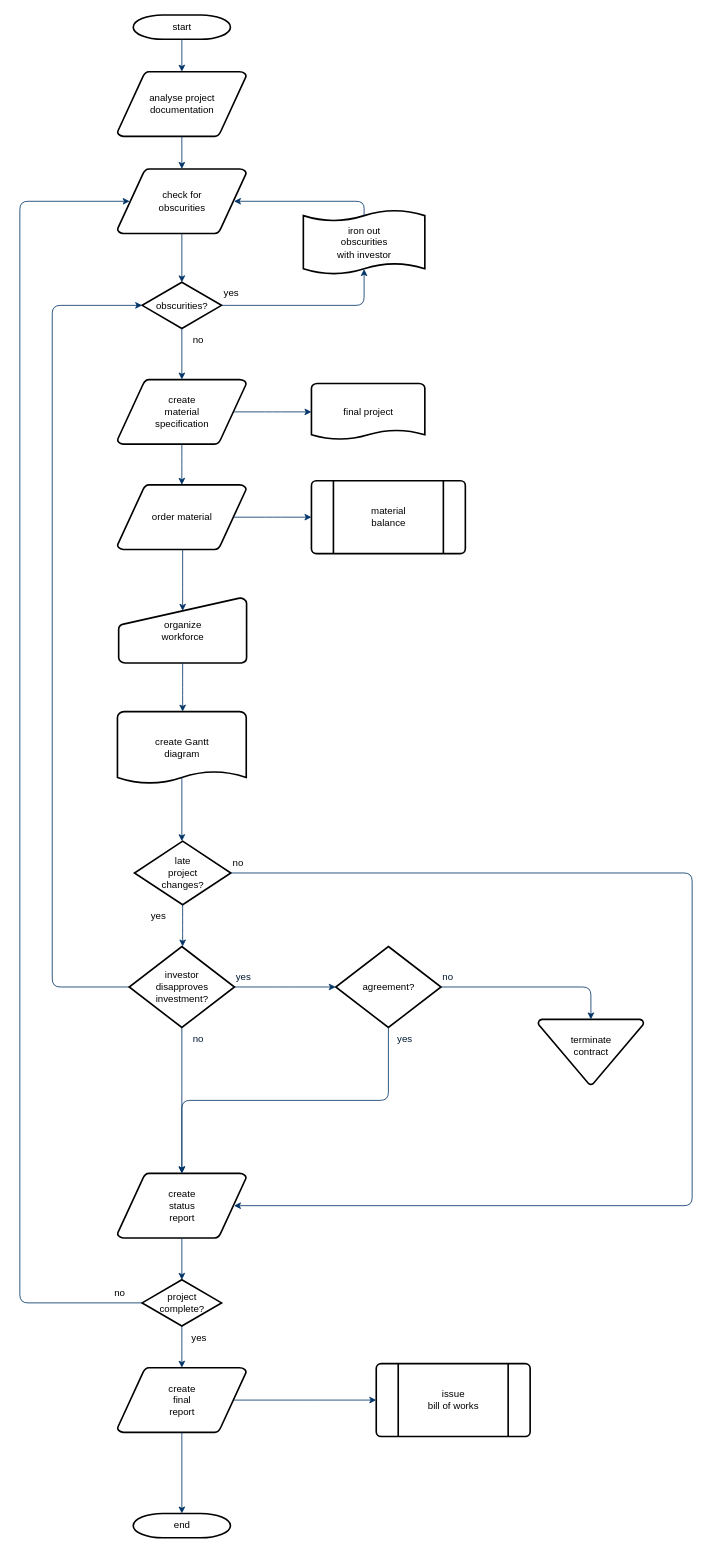
The draw.io diagram Untitled Diagram.drawio in spndlela/Test082017, before the edit. Source tidied: cells renumbered, new cells numbered last; positions are measured from the earlier drawing's top-left corner, leaving out a move shared by most shapes. Both pictures are drawn from the tidied source at 81%, with x=0, y=0 at pixel (19, 15).
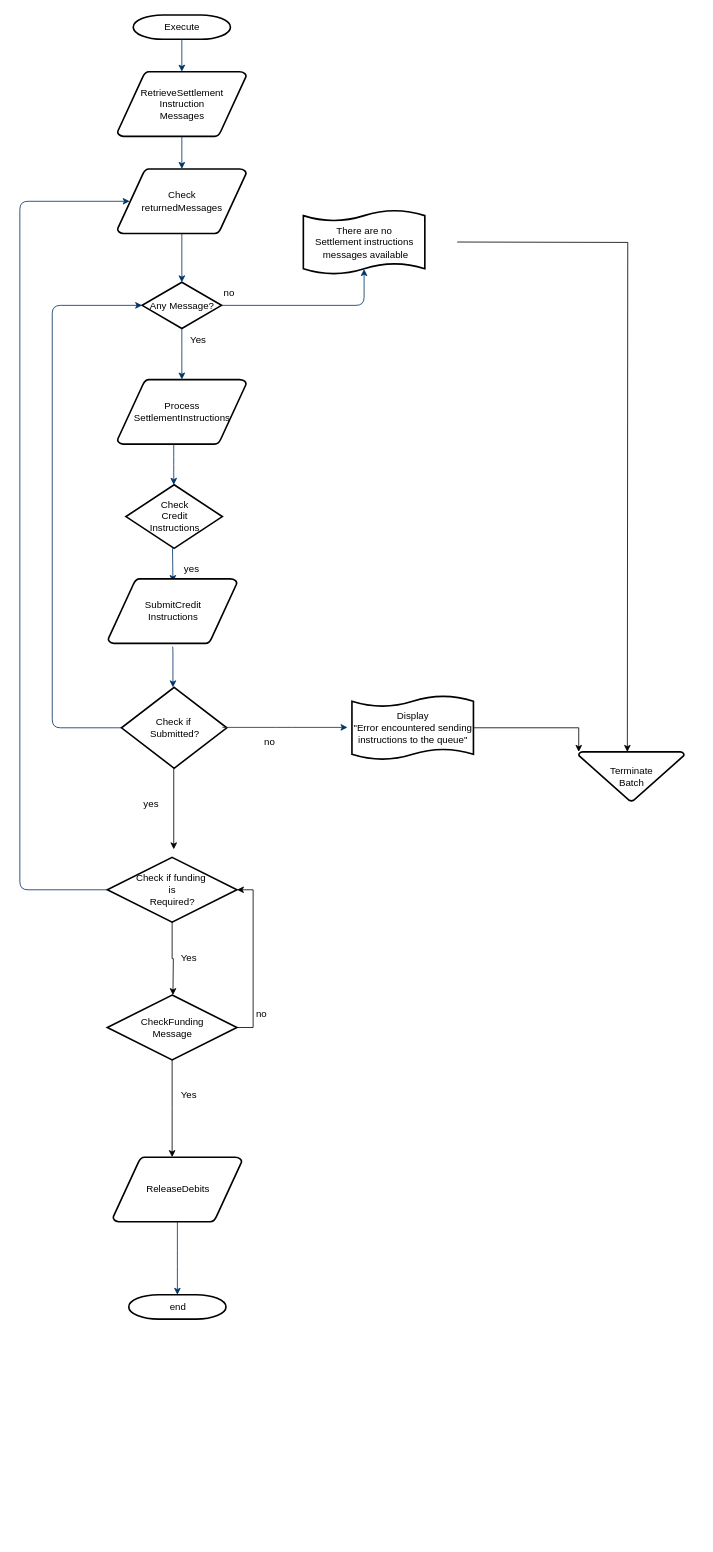
The same diagram, later.

What changed in the source:
```diff
@@
-    <mxCell id="2" value="start" style="shape=mxgraph.flowchart.terminator;strokeWidth=2;gradientColor=none;gradientDirection=north;fontStyle=0;html=1;" parent="1" vertex="1">
+    <mxCell id="2" value="Execute" style="shape=mxgraph.flowchart.terminator;strokeWidth=2;gradientColor=none;gradientDirection=north;fontStyle=0;html=1;" parent="1" vertex="1">
       <mxGeometry x="140" width="120" height="30" as="geometry" />
     </mxCell>
-    <mxCell id="3" value="analyse project&#10; documentation" style="shape=mxgraph.flowchart.data;strokeWidth=2;gradientColor=none;gradientDirection=north;fontStyle=0;html=1;" parent="1" vertex="1">
+    <mxCell id="3" value="RetrieveSettlement&lt;br&gt;Instruction&lt;br&gt;Messages" style="shape=mxgraph.flowchart.data;strokeWidth=2;gradientColor=none;gradientDirection=north;fontStyle=0;html=1;" parent="1" vertex="1">
       <mxGeometry x="120.5" y="70" width="159" height="80" as="geometry" />
     </mxCell>
-    <mxCell id="4" value="create&#10;material&#10;specification" style="shape=mxgraph.flowchart.data;strokeWidth=2;gradientColor=none;gradientDirection=north;fontStyle=0;html=1;" parent="1" vertex="1">
+    <mxCell id="4" value="Process&lt;br&gt;SettlementInstructions" style="shape=mxgraph.flowchart.data;strokeWidth=2;gradientColor=none;gradientDirection=north;fontStyle=0;html=1;" parent="1" vertex="1">
       <mxGeometry x="120.5" y="450" width="159" height="80" as="geometry" />
     </mxCell>
-    <mxCell id="5" value="check for&#10;obscurities" style="shape=mxgraph.flowchart.data;strokeWidth=2;gradientColor=none;gradientDirection=north;fontStyle=0;html=1;" parent="1" vertex="1">
+    <mxCell id="5" value="Check&lt;br&gt;returnedMessages" style="shape=mxgraph.flowchart.data;strokeWidth=2;gradientColor=none;gradientDirection=north;fontStyle=0;html=1;" parent="1" vertex="1">
       <mxGeometry x="120.5" y="190" width="159" height="80" as="geometry" />
     </mxCell>
-    <mxCell id="6" value="obscurities?" style="shape=mxgraph.flowchart.decision;strokeWidth=2;gradientColor=none;gradientDirection=north;fontStyle=0;html=1;" parent="1" vertex="1">
+    <mxCell id="6" value="Any Message?" style="shape=mxgraph.flowchart.decision;strokeWidth=2;gradientColor=none;gradientDirection=north;fontStyle=0;html=1;" parent="1" vertex="1">
       <mxGeometry x="151" y="330" width="98" height="57" as="geometry" />
     </mxCell>
@@
-    <mxCell id="11" value="yes" style="text;fontStyle=0;html=1;strokeColor=none;gradientColor=none;fillColor=none;strokeWidth=2;" parent="1" vertex="1">
+    <mxCell id="11" value="no" style="text;fontStyle=0;html=1;strokeColor=none;gradientColor=none;fillColor=none;strokeWidth=2;" parent="1" vertex="1">
       <mxGeometry x="250" y="330" width="40" height="26" as="geometry" />
     </mxCell>
@@
-    <mxCell id="13" value="order material" style="shape=mxgraph.flowchart.data;strokeWidth=2;gradientColor=none;gradientDirection=north;fontStyle=0;html=1;" parent="1" vertex="1">
-      <mxGeometry x="120.5" y="580" width="159" height="80" as="geometry" />
-    </mxCell>
-    <mxCell id="14" value="no" style="text;fontStyle=0;html=1;strokeColor=none;gradientColor=none;fillColor=none;strokeWidth=2;align=center;" parent="1" vertex="1">
+    <mxCell id="14" value="Yes" style="text;fontStyle=0;html=1;strokeColor=none;gradientColor=none;fillColor=none;strokeWidth=2;align=center;" parent="1" vertex="1">
       <mxGeometry x="200" y="387" width="40" height="26" as="geometry" />
     </mxCell>
-    <mxCell id="15" value="final project" style="shape=mxgraph.flowchart.document;strokeWidth=2;gradientColor=none;gradientDirection=north;fontStyle=0;html=1;" parent="1" vertex="1">
-      <mxGeometry x="360" y="455" width="140" height="70" as="geometry" />
-    </mxCell>
-    <mxCell id="16" style="edgeStyle=elbowEdgeStyle;elbow=horizontal;exitX=0.905;exitY=0.5;exitPerimeter=0;fontStyle=1;strokeColor=#003366;strokeWidth=1;html=1;" parent="1" edge="1" source="4" target="15">
-      <mxGeometry as="geometry" />
-    </mxCell>
-    <mxCell id="17" style="edgeStyle=elbowEdgeStyle;elbow=horizontal;fontStyle=1;strokeColor=#003366;strokeWidth=1;html=1;" parent="1" edge="1" source="4" target="13">
-      <mxGeometry as="geometry" />
-    </mxCell>
-    <mxCell id="18" value="material&#10;balance" style="shape=mxgraph.flowchart.predefined_process;strokeWidth=2;gradientColor=none;gradientDirection=north;fontStyle=0;html=1;" parent="1" vertex="1">
-      <mxGeometry x="360" y="575" width="190" height="90" as="geometry" />
-    </mxCell>
-    <mxCell id="19" style="edgeStyle=elbowEdgeStyle;elbow=horizontal;exitX=0.905;exitY=0.5;exitPerimeter=0;fontStyle=1;strokeColor=#003366;strokeWidth=1;html=1;" parent="1" edge="1" source="13" target="18">
-      <mxGeometry as="geometry" />
-    </mxCell>
-    <mxCell id="20" value="organize &#10;workforce" style="shape=mxgraph.flowchart.manual_input;strokeWidth=2;gradientColor=none;gradientDirection=north;fontStyle=0;html=1;" parent="1" vertex="1">
-      <mxGeometry x="122" y="720" width="158" height="80" as="geometry" />
-    </mxCell>
-    <mxCell id="21" style="edgeStyle=elbowEdgeStyle;elbow=horizontal;entryX=0.5;entryY=0.195;entryPerimeter=0;fontStyle=1;strokeColor=#003366;strokeWidth=1;html=1;" parent="1" edge="1" source="13" target="20">
-      <mxGeometry as="geometry" />
-    </mxCell>
-    <mxCell id="22" value="create Gantt&#10;diagram" style="shape=mxgraph.flowchart.document;strokeWidth=2;gradientColor=none;gradientDirection=north;fontStyle=0;html=1;" parent="1" vertex="1">
-      <mxGeometry x="120.5" y="860" width="159" height="90" as="geometry" />
-    </mxCell>
-    <mxCell id="23" style="edgeStyle=elbowEdgeStyle;elbow=horizontal;exitX=0.5;exitY=1;exitPerimeter=0;fontStyle=1;strokeColor=#003366;strokeWidth=1;html=1;" parent="1" edge="1" source="20" target="22">
-      <mxGeometry as="geometry" />
-    </mxCell>
-    <mxCell id="24" value="late&#10;project&#10;changes?" style="shape=mxgraph.flowchart.decision;strokeWidth=2;gradientColor=none;gradientDirection=north;fontStyle=0;html=1;" parent="1" vertex="1">
-      <mxGeometry x="141.5" y="1020" width="119" height="78.5" as="geometry" />
+    <mxCell id="24" value="Check&lt;br&gt;Credit&lt;br&gt;Instructions" style="shape=mxgraph.flowchart.decision;strokeWidth=2;gradientColor=none;gradientDirection=north;fontStyle=0;html=1;" parent="1" vertex="1">
+      <mxGeometry x="131" y="580" width="119" height="78.5" as="geometry" />
     </mxCell>
-    <mxCell id="25" style="edgeStyle=elbowEdgeStyle;elbow=horizontal;exitX=0.5;exitY=0.9;exitPerimeter=0;fontStyle=1;strokeColor=#003366;strokeWidth=1;html=1;" parent="1" edge="1" source="22" target="24">
-      <mxGeometry as="geometry" />
+    <mxCell id="25" style="edgeStyle=elbowEdgeStyle;elbow=horizontal;exitX=0.5;exitY=0.9;exitPerimeter=0;fontStyle=1;strokeColor=#003366;strokeWidth=1;html=1;" parent="1" edge="1">
+      <mxGeometry as="geometry">
+        <mxPoint x="190" y="530" as="sourcePoint" />
+        <mxPoint x="190" y="580" as="targetPoint" />
+      </mxGeometry>
     </mxCell>
@@
     <mxCell id="27" value="yes" style="text;fontStyle=0;html=1;strokeColor=none;gradientColor=none;fillColor=none;strokeWidth=2;" parent="1" vertex="1">
-      <mxGeometry x="160" y="1098.5" width="40" height="26" as="geometry" />
+      <mxGeometry x="151" y="960" width="40" height="26" as="geometry" />
     </mxCell>
-    <mxCell id="28" value="investor&#10;disapproves&#10; investment?" style="shape=mxgraph.flowchart.decision;strokeWidth=2;gradientColor=none;gradientDirection=north;fontStyle=0;html=1;" parent="1" vertex="1">
-      <mxGeometry x="135" y="1150" width="130" height="100" as="geometry" />
+    <mxCell id="28" value="Check if&amp;nbsp;&lt;br&gt;Submitted?" style="shape=mxgraph.flowchart.decision;strokeWidth=2;gradientColor=none;gradientDirection=north;fontStyle=0;html=1;" parent="1" vertex="1">
+      <mxGeometry x="125.5" y="830" width="130" height="100" as="geometry" />
     </mxCell>
-    <mxCell id="29" value="agreement?" style="shape=mxgraph.flowchart.decision;strokeWidth=2;gradientColor=none;gradientDirection=north;fontStyle=0;html=1;" parent="1" vertex="1">
-      <mxGeometry x="390" y="1150" width="130" height="100" as="geometry" />
-    </mxCell>
-    <mxCell id="30" style="edgeStyle=elbowEdgeStyle;elbow=horizontal;exitX=0.5;exitY=1;exitPerimeter=0;fontStyle=1;strokeColor=#003366;strokeWidth=1;html=1;" parent="1" edge="1" source="24" target="28">
-      <mxGeometry as="geometry" />
+    <mxCell id="30" style="edgeStyle=elbowEdgeStyle;elbow=horizontal;exitX=0.5;exitY=1;exitPerimeter=0;fontStyle=1;strokeColor=#003366;strokeWidth=1;html=1;" parent="1" edge="1">
+      <mxGeometry as="geometry">
+        <mxPoint x="188.5" y="658.5" as="sourcePoint" />
+        <mxPoint x="189" y="700" as="targetPoint" />
+      </mxGeometry>
     </mxCell>
-    <mxCell id="31" style="edgeStyle=elbowEdgeStyle;elbow=horizontal;exitX=1;exitY=0.5;exitPerimeter=0;entryX=0;entryY=0.5;entryPerimeter=0;fontStyle=1;strokeColor=#003366;strokeWidth=1;html=1;" parent="1" edge="1" source="28" target="29">
-      <mxGeometry as="geometry" />
+    <mxCell id="31" style="edgeStyle=elbowEdgeStyle;elbow=horizontal;fontStyle=1;strokeColor=#003366;strokeWidth=1;html=1;" parent="1" edge="1">
+      <mxGeometry as="geometry">
+        <mxPoint x="250" y="879.5" as="sourcePoint" />
+        <mxPoint x="404.5" y="879.5" as="targetPoint" />
+      </mxGeometry>
     </mxCell>
-    <mxCell id="32" value="terminate&#10;contract&#10;" style="shape=mxgraph.flowchart.merge_or_storage;strokeWidth=2;gradientColor=none;gradientDirection=north;fontStyle=0;html=1;" parent="1" vertex="1">
-      <mxGeometry x="640" y="1240" width="130" height="80.5" as="geometry" />
+    <mxCell id="32" value="Terminate&lt;br&gt;Batch" style="shape=mxgraph.flowchart.merge_or_storage;strokeWidth=2;gradientColor=none;gradientDirection=north;fontStyle=0;html=1;" parent="1" vertex="1">
+      <mxGeometry x="690" y="909.8" width="130" height="60.5" as="geometry" />
     </mxCell>
-    <mxCell id="33" style="edgeStyle=elbowEdgeStyle;elbow=vertical;exitX=1;exitY=0.5;exitPerimeter=0;entryX=0.5;entryY=0;entryPerimeter=0;fontStyle=1;strokeColor=#003366;strokeWidth=1;html=1;" parent="1" edge="1" source="29" target="32">
-      <mxGeometry as="geometry">
-        <Array as="points">
-          <mxPoint x="620" y="1200" />
-        </Array>
-      </mxGeometry>
-    </mxCell>
-    <mxCell id="34" value="create&#10;status&#10;report" style="shape=mxgraph.flowchart.data;strokeWidth=2;gradientColor=none;gradientDirection=north;fontStyle=0;html=1;" parent="1" vertex="1">
-      <mxGeometry x="120.5" y="1430" width="159" height="80" as="geometry" />
-    </mxCell>
-    <mxCell id="35" style="edgeStyle=elbowEdgeStyle;elbow=vertical;exitX=0.5;exitY=1;exitPerimeter=0;fontColor=#001933;fontStyle=1;strokeColor=#003366;strokeWidth=1;html=1;" parent="1" edge="1" source="28" target="34">
-      <mxGeometry as="geometry" />
-    </mxCell>
-    <mxCell id="36" style="edgeStyle=elbowEdgeStyle;elbow=vertical;exitX=0.5;exitY=1;exitPerimeter=0;entryX=0.5;entryY=0;entryPerimeter=0;fontStyle=1;strokeColor=#003366;strokeWidth=1;html=1;" parent="1" edge="1" source="29" target="34">
-      <mxGeometry as="geometry" />
-    </mxCell>
+    <mxCell id="56" style="edgeStyle=orthogonalEdgeStyle;rounded=0;jettySize=auto;html=1;exitX=0.5;exitY=1;exitDx=0;exitDy=0;exitPerimeter=0;" parent="1" edge="1" source="37">
+      <mxGeometry relative="1" as="geometry">
+        <mxPoint x="189" y="1210" as="targetPoint" />
+      </mxGeometry>
+    </mxCell>
-    <mxCell id="37" value="project&#10;complete?" style="shape=mxgraph.flowchart.decision;strokeWidth=2;gradientColor=none;gradientDirection=north;fontStyle=0;html=1;" parent="1" vertex="1">
-      <mxGeometry x="151" y="1561.5" width="98" height="57" as="geometry" />
+    <mxCell id="37" value="Check if funding&amp;nbsp;&lt;br&gt;is&lt;br&gt;Required?" style="shape=mxgraph.flowchart.decision;strokeWidth=2;gradientColor=none;gradientDirection=north;fontStyle=0;html=1;" parent="1" vertex="1">
+      <mxGeometry x="108" y="1040" width="160" height="80" as="geometry" />
     </mxCell>
-    <mxCell id="38" value="create&#10;final&#10;report" style="shape=mxgraph.flowchart.data;strokeWidth=2;gradientColor=none;gradientDirection=north;fontStyle=0;html=1;" parent="1" vertex="1">
-      <mxGeometry x="120.5" y="1670" width="159" height="80" as="geometry" />
+    <mxCell id="38" value="ReleaseDebits" style="shape=mxgraph.flowchart.data;strokeWidth=2;gradientColor=none;gradientDirection=north;fontStyle=0;html=1;" parent="1" vertex="1">
+      <mxGeometry x="115" y="1410" width="159" height="80" as="geometry" />
     </mxCell>
-    <mxCell id="39" value="issue&#10;bill of works" style="shape=mxgraph.flowchart.predefined_process;strokeWidth=2;gradientColor=none;gradientDirection=north;fontStyle=0;html=1;" parent="1" vertex="1">
-      <mxGeometry x="440" y="1665" width="190" height="90" as="geometry" />
-    </mxCell>
     <mxCell id="40" value="end" style="shape=mxgraph.flowchart.terminator;strokeWidth=2;gradientColor=none;gradientDirection=north;fontStyle=0;html=1;" parent="1" vertex="1">
-      <mxGeometry x="140" y="1850" width="120" height="30" as="geometry" />
+      <mxGeometry x="134.5" y="1580" width="120" height="30" as="geometry" />
     </mxCell>
-    <mxCell id="41" style="edgeStyle=elbowEdgeStyle;elbow=vertical;exitX=0.5;exitY=1;exitPerimeter=0;entryX=0.5;entryY=0;entryPerimeter=0;fontStyle=1;strokeColor=#003366;strokeWidth=1;html=1;" parent="1" edge="1" source="34" target="37">
-      <mxGeometry as="geometry" />
-    </mxCell>
-    <mxCell id="42" style="edgeStyle=elbowEdgeStyle;elbow=vertical;exitX=0.5;exitY=1;exitPerimeter=0;entryX=0.5;entryY=0;entryPerimeter=0;fontStyle=1;strokeColor=#003366;strokeWidth=1;html=1;" parent="1" edge="1" source="37" target="38">
-      <mxGeometry as="geometry" />
-    </mxCell>
@@
-    <mxCell id="44" style="edgeStyle=elbowEdgeStyle;elbow=vertical;exitX=0.905;exitY=0.5;exitPerimeter=0;entryX=0;entryY=0.5;entryPerimeter=0;fontStyle=1;strokeColor=#003366;strokeWidth=1;html=1;" parent="1" edge="1" source="38" target="39">
-      <mxGeometry as="geometry" />
-    </mxCell>
-    <mxCell id="45" style="edgeStyle=elbowEdgeStyle;elbow=horizontal;exitX=1;exitY=0.5;exitPerimeter=0;entryX=0.905;entryY=0.5;entryPerimeter=0;fontStyle=1;strokeColor=#003366;strokeWidth=1;html=1;" parent="1" edge="1" source="24" target="34">
-      <mxGeometry as="geometry">
-        <Array as="points">
-          <mxPoint x="830" y="1260" />
-        </Array>
-      </mxGeometry>
-    </mxCell>
     <mxCell id="46" value="no" style="text;fontStyle=0;html=1;strokeColor=none;gradientColor=none;fillColor=none;strokeWidth=2;" parent="1" vertex="1">
-      <mxGeometry x="260.5" y="1033.2" width="40" height="26" as="geometry" />
+      <mxGeometry x="300" y="883.8" width="40" height="26" as="geometry" />
     </mxCell>
-    <mxCell id="47" value="yes" style="text;fontColor=#001933;fontStyle=0;html=1;strokeColor=none;gradientColor=none;fillColor=none;strokeWidth=2;" parent="1" vertex="1">
-      <mxGeometry x="265" y="1174" width="40" height="26" as="geometry" />
-    </mxCell>
-    <mxCell id="48" value="no" style="text;fontColor=#001933;fontStyle=0;html=1;strokeColor=none;gradientColor=none;fillColor=none;strokeWidth=2;align=center;" parent="1" vertex="1">
-      <mxGeometry x="200" y="1250" width="40" height="26" as="geometry" />
-    </mxCell>
-    <mxCell id="49" value="yes" style="text;fontColor=#001933;fontStyle=0;html=1;strokeColor=none;gradientColor=none;fillColor=none;strokeWidth=2;align=center;" parent="1" vertex="1">
-      <mxGeometry x="455" y="1250" width="40" height="26" as="geometry" />
-    </mxCell>
-    <mxCell id="50" value="no" style="text;fontColor=#001933;fontStyle=0;html=1;strokeColor=none;gradientColor=none;fillColor=none;strokeWidth=2;" parent="1" vertex="1">
-      <mxGeometry x="520" y="1174" width="40" height="26" as="geometry" />
-    </mxCell>
+    <mxCell id="57" style="edgeStyle=orthogonalEdgeStyle;rounded=0;orthogonalLoop=1;jettySize=auto;html=1;exitX=1;exitY=0.5;exitDx=0;exitDy=0;exitPerimeter=0;entryX=0.077;entryY=0.004;entryDx=0;entryDy=0;entryPerimeter=0;" parent="1" edge="1">
+      <mxGeometry relative="1" as="geometry">
+        <mxPoint x="540" y="280.3" as="sourcePoint" />
+        <mxPoint x="750" y="909.8" as="targetPoint" />
+      </mxGeometry>
+    </mxCell>
-    <mxCell id="51" value="iron out&#10;obscurities &#10;with investor" style="shape=mxgraph.flowchart.paper_tape;strokeWidth=2;gradientColor=none;gradientDirection=north;fontStyle=0;html=1;" parent="1" vertex="1">
+    <mxCell id="51" value="There are no &lt;br&gt;Settlement instructions&lt;br&gt;&amp;nbsp;messages available" style="shape=mxgraph.flowchart.paper_tape;strokeWidth=2;gradientColor=none;gradientDirection=north;fontStyle=0;html=1;" parent="1" vertex="1">
       <mxGeometry x="350" y="240" width="150" height="81" as="geometry" />
     </mxCell>
-    <mxCell id="52" style="edgeStyle=elbowEdgeStyle;elbow=horizontal;exitX=0.5;exitY=0.09;exitPerimeter=0;entryX=0.905;entryY=0.5;entryPerimeter=0;fontStyle=1;strokeColor=#003366;strokeWidth=1;html=1;" parent="1" edge="1" source="51" target="5">
-      <mxGeometry as="geometry">
-        <Array as="points">
-          <mxPoint x="425" y="240" />
-        </Array>
-      </mxGeometry>
-    </mxCell>
-    <mxCell id="53" value="yes" style="text;fontStyle=0;html=1;strokeColor=none;gradientColor=none;fillColor=none;strokeWidth=2;align=center;" parent="1" vertex="1">
-      <mxGeometry x="201" y="1620" width="40" height="26" as="geometry" />
-    </mxCell>
@@
+    <mxCell id="58" value="yes" style="text;fontStyle=0;html=1;strokeColor=none;gradientColor=none;fillColor=none;strokeWidth=2;" parent="1" vertex="1">
+      <mxGeometry x="201" y="670" width="40" height="26" as="geometry" />
+    </mxCell>
+    <mxCell id="59" value="SubmitCredit&lt;br&gt;Instructions" style="shape=mxgraph.flowchart.data;strokeWidth=2;gradientColor=none;gradientDirection=north;fontStyle=0;html=1;" parent="1" vertex="1">
+      <mxGeometry x="109" y="696" width="159" height="80" as="geometry" />
+    </mxCell>
+    <mxCell id="60" style="edgeStyle=elbowEdgeStyle;elbow=horizontal;exitX=0.5;exitY=1;exitPerimeter=0;fontStyle=1;strokeColor=#003366;strokeWidth=1;html=1;" parent="1" edge="1">
+      <mxGeometry as="geometry">
+        <mxPoint x="188" y="780" as="sourcePoint" />
+        <mxPoint x="189" y="830" as="targetPoint" />
+      </mxGeometry>
+    </mxCell>
+    <mxCell id="61" value="Display&lt;br&gt;&quot;Error encountered sending &lt;br&gt;instructions to the queue&quot;" style="shape=mxgraph.flowchart.paper_tape;strokeWidth=2;gradientColor=none;gradientDirection=north;fontStyle=0;html=1;" parent="1" vertex="1">
+      <mxGeometry x="410" y="839.5" width="150" height="81" as="geometry" />
+    </mxCell>
+    <mxCell id="62" style="edgeStyle=orthogonalEdgeStyle;rounded=0;jettySize=auto;html=1;exitX=1;exitY=0.5;exitDx=0;exitDy=0;exitPerimeter=0;entryX=0;entryY=0;entryDx=0;entryDy=0;entryPerimeter=0;" parent="1" edge="1" source="61" target="32">
+      <mxGeometry relative="1" as="geometry" />
+    </mxCell>
+    <mxCell id="63" style="edgeStyle=orthogonalEdgeStyle;rounded=0;jettySize=auto;html=1;exitX=0.5;exitY=1;exitDx=0;exitDy=0;exitPerimeter=0;" parent="1" edge="1" source="28">
+      <mxGeometry relative="1" as="geometry">
+        <mxPoint x="190" y="1030" as="targetPoint" />
+        <Array as="points">
+          <mxPoint x="190" y="1030" />
+          <mxPoint x="190" y="1030" />
+        </Array>
+      </mxGeometry>
+    </mxCell>
+    <mxCell id="64" style="edgeStyle=orthogonalEdgeStyle;rounded=0;jettySize=auto;html=1;exitX=1;exitY=0.5;exitDx=0;exitDy=0;exitPerimeter=0;entryX=1;entryY=0.5;entryDx=0;entryDy=0;entryPerimeter=0;" parent="1" edge="1" source="66" target="37">
+      <mxGeometry relative="1" as="geometry" />
+    </mxCell>
+    <mxCell id="65" style="edgeStyle=orthogonalEdgeStyle;rounded=0;jettySize=auto;html=1;" parent="1" edge="1" source="66">
+      <mxGeometry relative="1" as="geometry">
+        <mxPoint x="188" y="1410" as="targetPoint" />
+      </mxGeometry>
+    </mxCell>
+    <mxCell id="66" value="CheckFunding&lt;br&gt;Message" style="shape=mxgraph.flowchart.decision;strokeWidth=2;gradientColor=none;gradientDirection=north;fontStyle=0;html=1;" parent="1" vertex="1">
+      <mxGeometry x="108" y="1210" width="160" height="80" as="geometry" />
+    </mxCell>
+    <mxCell id="67" value="Yes" style="text;fontStyle=0;html=1;strokeColor=none;gradientColor=none;fillColor=none;strokeWidth=2;" parent="1" vertex="1">
+      <mxGeometry x="196.5" y="1150" width="59" height="26" as="geometry" />
+    </mxCell>
     <mxCell id="55" value="no" style="text;fontStyle=0;html=1;strokeColor=none;gradientColor=none;fillColor=none;strokeWidth=2;" parent="1" vertex="1">
-      <mxGeometry x="115" y="1564" width="40" height="26" as="geometry" />
+      <mxGeometry x="290" y="1220" width="59" height="26" as="geometry" />
     </mxCell>
+    <mxCell id="68" value="Yes" style="text;fontStyle=0;html=1;strokeColor=none;gradientColor=none;fillColor=none;strokeWidth=2;" parent="1" vertex="1">
+      <mxGeometry x="196.5" y="1320" width="59" height="26" as="geometry" />
+    </mxCell>
```
